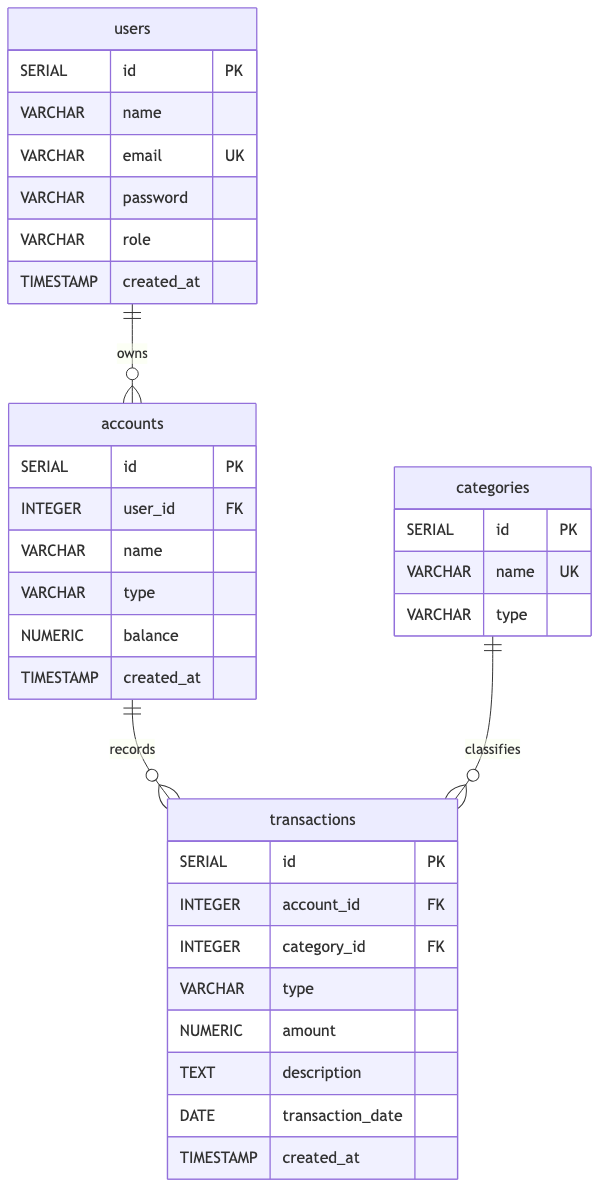
This is fintrack-api/docs/erd.png from Revou-FSSE-Feb26/milestone-4-AI-NovaNX, a Mermaid export, as it was before one commit. Its source is kept beside it as fintrack-api/docs/erd.mmd.
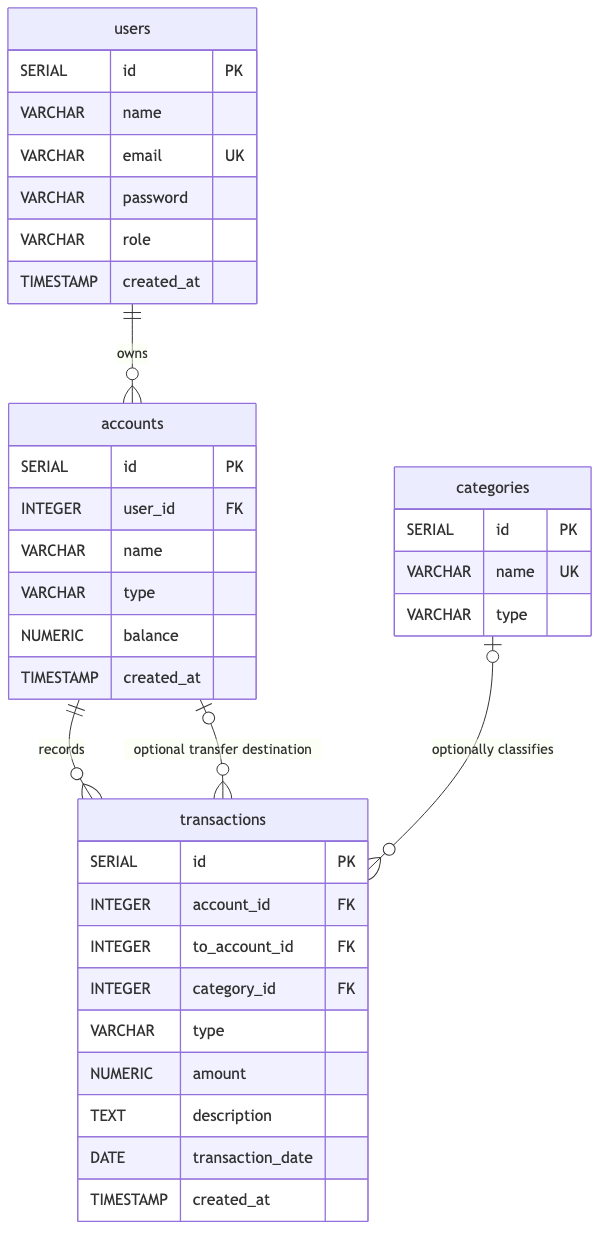
After the change.

What changed in the source:
```diff
@@ -1,8 +1,8 @@
 erDiagram
     users ||--o{ accounts : owns
     accounts ||--o{ transactions : records
-    accounts ||--o{ transactions : "transfers to (same user only)"
-    categories ||--o{ transactions : classifies
+    accounts o|--o{ transactions : "optional transfer destination"
+    categories o|--o{ transactions : "optionally classifies"
 
     users {
         SERIAL id PK
```
